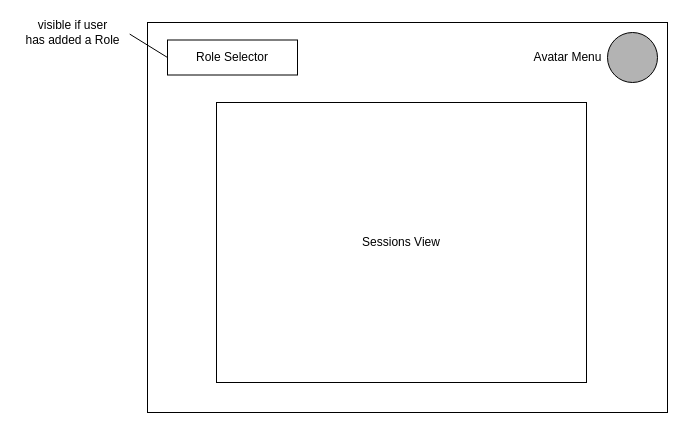
enspyrco/monorepo keeps this draw.io diagram as page "Wireframes" (2 of 4) of packages/flutter-apps/adventuring/presinter/docs/design/home.dio. Above is the earlier version. Source tidied: cells renumbered, new cells numbered last; positions are measured from the earlier drawing's top-left corner, leaving out a move shared by most shapes. Both pictures are drawn from the tidied source at 100%, with x=0, y=0 at pixel (17, 17).
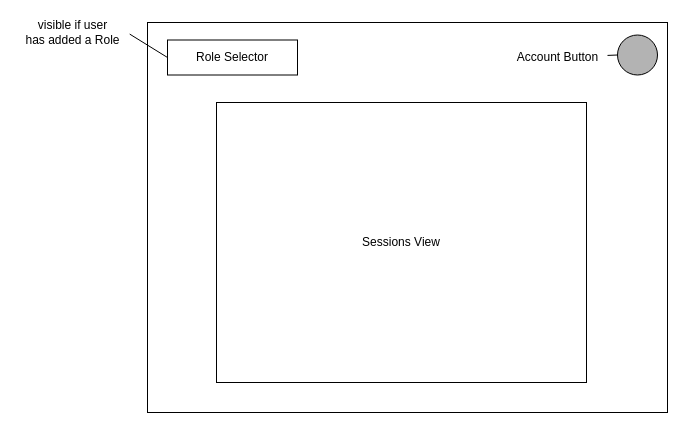
After the change.

Commit message (it also covers changes not shown here):
[PRI] Complete Home Screen feature Fixes #64

Diff of the diagram source:
```diff
@@
 <mxGraphModel>
   <root>
     <mxCell id="0" />
     <mxCell id="1" parent="0" />
     <mxCell id="2" style="whiteSpace=wrap;html=1;" parent="1" vertex="1">
       <mxGeometry x="130" y="5" width="520" height="390" as="geometry" />
     </mxCell>
     <mxCell id="3" value="visible if user&lt;br&gt;has added a Role" style="text;html=1;align=center;verticalAlign=middle;points=[];strokeColor=none;fillColor=none;" parent="1" vertex="1">
       <mxGeometry width="110" height="30" as="geometry" />
     </mxCell>
-    <mxCell id="4" value="Avatar Menu" style="text;html=1;align=center;verticalAlign=middle;points=[];strokeColor=none;fillColor=none;" parent="1" vertex="1">
-      <mxGeometry x="510" y="30" width="80" height="20" as="geometry" />
+    <mxCell id="4" value="Account Button" style="text;html=1;align=center;verticalAlign=middle;points=[];strokeColor=none;fillColor=none;" parent="1" vertex="1">
+      <mxGeometry x="490" y="30" width="100" height="20" as="geometry" />
     </mxCell>
     <mxCell id="5" value="Sessions View" style="whiteSpace=wrap;html=1;" parent="1" vertex="1">
       <mxGeometry x="199" y="85" width="370" height="280" as="geometry" />
     </mxCell>
     <mxCell id="6" style="edgeStyle=none;html=1;exitX=0;exitY=0.5;exitDx=0;exitDy=0;entryX=1.02;entryY=0.553;entryDx=0;entryDy=0;entryPerimeter=0;endArrow=none;endFill=0;" parent="1" edge="1" source="7" target="3">
       <mxGeometry relative="1" as="geometry" />
     </mxCell>
     <mxCell id="7" value="Role Selector" style="whiteSpace=wrap;html=1;" parent="1" vertex="1">
       <mxGeometry x="150" y="22.5" width="130" height="35" as="geometry" />
     </mxCell>
+    <mxCell id="9" style="edgeStyle=none;html=1;exitX=0;exitY=0.5;exitDx=0;exitDy=0;endArrow=none;endFill=0;" parent="1" edge="1" source="8" target="4">
+      <mxGeometry relative="1" as="geometry" />
+    </mxCell>
     <mxCell id="8" style="ellipse;whiteSpace=wrap;html=1;fillColor=#B3B3B3;" parent="1" vertex="1">
-      <mxGeometry x="590" y="15" width="50" height="50" as="geometry" />
+      <mxGeometry x="600" y="17.5" width="40" height="40" as="geometry" />
     </mxCell>
   </root>
 </mxGraphModel>
```
